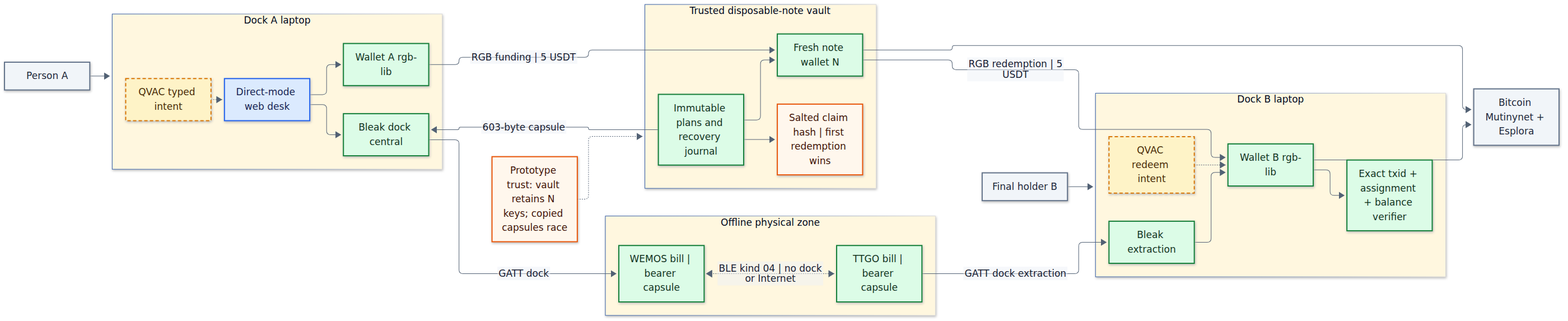
Earlier version of the Mermaid export docs/diagrams/01-system-architecture.png (EdwinKestler/bill). Its source is kept beside it as docs/diagrams/src/01-system-architecture.mmd.
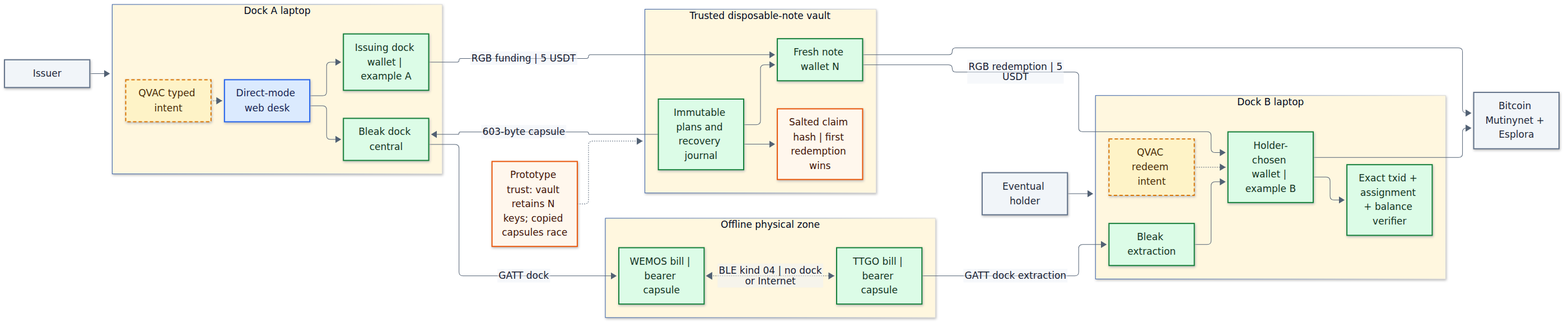
After the commit.

What changed in the source:
```diff
@@ -5,12 +5,12 @@
     classDef external fill:#f1f5f9,stroke:#64748b,color:#1e293b,stroke-width:2px
     classDef warning fill:#fff7ed,stroke:#ea580c,color:#431407,stroke-width:2px
 
-    humanA["Person A"]:::external
-    humanB["Final holder B"]:::external
+    humanA["Issuer"]:::external
+    humanB["Eventual holder"]:::external
 
     subgraph dockAZone["Dock A laptop"]
         webA["Direct-mode web desk"]:::implemented
-        walletA["Wallet A rgb-lib"]:::verified
+        walletA["Issuing dock wallet | example A"]:::verified
         bleA["Bleak dock central"]:::verified
         qvacA["QVAC typed intent"]:::planned
         webA --> walletA
@@ -34,7 +34,7 @@
 
     subgraph dockBZone["Dock B laptop"]
         bleB["Bleak extraction"]:::verified
-        walletB["Wallet B rgb-lib"]:::verified
+        walletB["Holder-chosen wallet | example B"]:::verified
         settle["Exact txid + assignment + balance verifier"]:::verified
         qvacB["QVAC redeem intent"]:::planned
         bleB --> walletB --> settle
```
